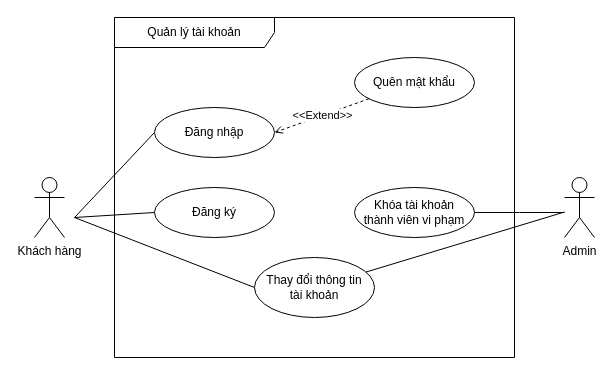
Before: page "QuanLyTaiKhoan" (2 of 6) of usecase.drawio in QuangHuy2201/FinalProject-Diagrams, a draw.io diagram. Source tidied: cells renumbered, new cells numbered last; positions are measured from the earlier drawing's top-left corner, leaving out a move shared by most shapes. Both pictures are drawn from the tidied source at 100%, with x=0, y=0 at pixel (34, 17).
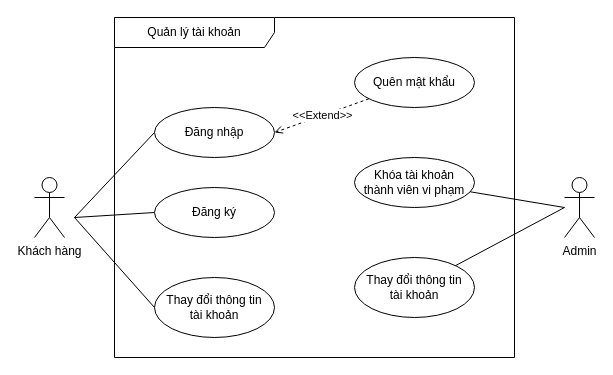
After the change.

The change refers to these unchanged cells:
```xml
<mxCell id="6" value="Admin" style="shape=umlActor;verticalLabelPosition=bottom;verticalAlign=top;html=1;outlineConnect=0;" parent="1" vertex="1">
  <mxGeometry x="530" y="160" width="30" height="60" as="geometry" />
</mxCell>
<mxCell id="8" value="Quản lý tài khoản" style="shape=umlFrame;whiteSpace=wrap;html=1;width=160;" parent="1" vertex="1">
  <mxGeometry x="80" width="400" height="340" as="geometry" />
</mxCell>
```

Diff of the diagram source:
```diff
@@
-    <mxCell id="7" style="edgeStyle=orthogonalEdgeStyle;rounded=0;jettySize=auto;html=1;endArrow=none;endFill=0;" parent="1" edge="1" source="9">
+    <mxCell id="7" style="rounded=0;jettySize=auto;html=1;endArrow=none;endFill=0;" parent="1" edge="1" source="9">
       <mxGeometry relative="1" as="geometry">
-        <mxPoint x="530" y="195" as="targetPoint" />
+        <mxPoint x="530" y="190" as="targetPoint" />
       </mxGeometry>
     </mxCell>
@@
     <mxCell id="9" value="Khóa tài khoản&lt;div&gt;thành viên vi phạm&lt;/div&gt;" style="ellipse;whiteSpace=wrap;html=1;" parent="8" vertex="1">
-      <mxGeometry x="240" y="170" width="120" height="50" as="geometry" />
+      <mxGeometry x="240" y="140" width="120" height="50" as="geometry" />
     </mxCell>
@@
     <mxCell id="15" value="Thay đổi thông tin&lt;div&gt;tài khoản&lt;/div&gt;" style="ellipse;whiteSpace=wrap;html=1;" parent="8" vertex="1">
-      <mxGeometry x="140" y="240" width="120" height="60" as="geometry" />
+      <mxGeometry x="40" y="260" width="120" height="60" as="geometry" />
     </mxCell>
-    <mxCell id="16" style="rounded=0;jettySize=auto;html=1;endArrow=none;endFill=0;" parent="1" edge="1" source="15" target="6">
-      <mxGeometry relative="1" as="geometry" />
-    </mxCell>
+    <mxCell id="17" value="Thay đổi thông tin&lt;div&gt;tài khoản&lt;/div&gt;" style="ellipse;whiteSpace=wrap;html=1;" parent="8" vertex="1">
+      <mxGeometry x="240" y="240" width="120" height="60" as="geometry" />
+    </mxCell>
+    <mxCell id="18" style="rounded=0;jettySize=auto;html=1;endArrow=none;endFill=0;" parent="1" edge="1" source="17">
+      <mxGeometry relative="1" as="geometry">
+        <mxPoint x="530" y="190" as="targetPoint" />
+      </mxGeometry>
+    </mxCell>
```
